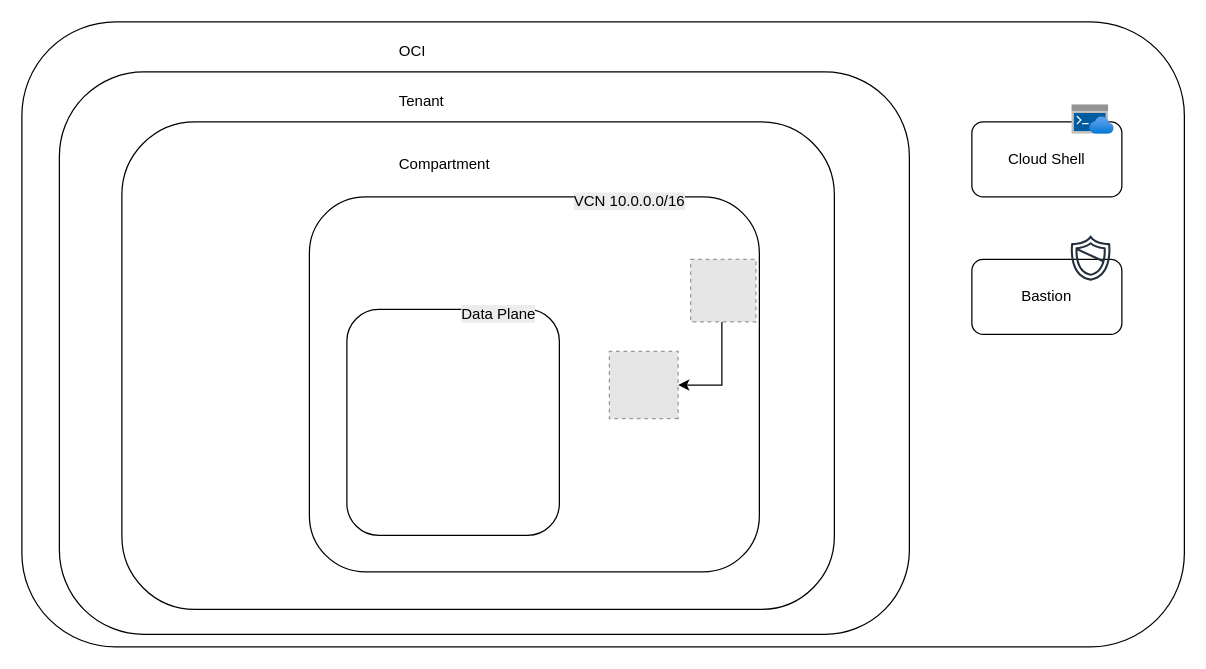
The draw.io diagram OCI-DNS-LB-OKE-Pod-Logs.drawio in vkolyvas/Cheat-Sheet-for-Solutions-Architects-OCI-1Z0-1072-25, before the edit. Source tidied: cells renumbered, new cells numbered last; positions are measured from the earlier drawing's top-left corner, leaving out a move shared by most shapes. Both pictures are drawn from the tidied source at 125%, with x=0, y=0 at pixel (21, 21). Pictures stored in the file or linked from it are replaced by grey dashed boxes.
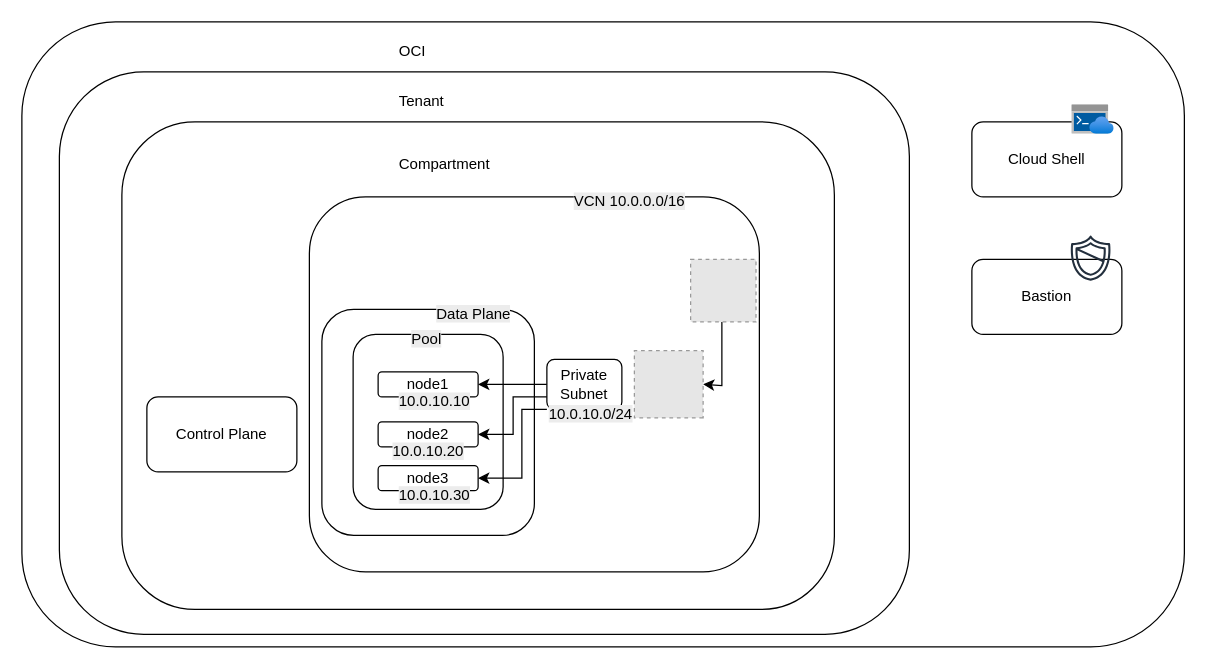
The same page after the edit.

The edit, as a diff of the source:
```diff
@@
     <mxCell id="14" style="group;" parent="1" vertex="1">
-      <mxGeometry x="260" y="220" width="180" height="190.8" as="geometry" />
+      <mxGeometry x="240" y="220" width="180" height="190.8" as="geometry" />
     </mxCell>
@@
+    <mxCell id="20" style="rounded=1;whiteSpace=wrap;html=1;" parent="14" vertex="1">
+      <mxGeometry x="25" y="30" width="120" height="140" as="geometry" />
+    </mxCell>
+    <mxCell id="21" value="&lt;span style=&quot;color: rgb(0, 0, 0); font-family: Helvetica; font-size: 12px; font-style: normal; font-variant-ligatures: normal; font-variant-caps: normal; font-weight: 400; letter-spacing: normal; orphans: 2; text-align: center; text-indent: 0px; text-transform: none; widows: 2; word-spacing: 0px; -webkit-text-stroke-width: 0px; white-space: normal; background-color: rgb(236, 236, 236); text-decoration-thickness: initial; text-decoration-style: initial; text-decoration-color: initial; float: none; display: inline !important;&quot;&gt;Pool&lt;/span&gt;" style="text;whiteSpace=wrap;html=1;" parent="14" vertex="1">
+      <mxGeometry x="70" y="20" width="90" height="40" as="geometry" />
+    </mxCell>
+    <mxCell id="22" value="node1" style="rounded=1;whiteSpace=wrap;html=1;" parent="14" vertex="1">
+      <mxGeometry x="45" y="60" width="80" height="20" as="geometry" />
+    </mxCell>
+    <mxCell id="23" value="node2" style="rounded=1;whiteSpace=wrap;html=1;" parent="14" vertex="1">
+      <mxGeometry x="45" y="100" width="80" height="20" as="geometry" />
+    </mxCell>
+    <mxCell id="24" value="node3" style="rounded=1;whiteSpace=wrap;html=1;" parent="14" vertex="1">
+      <mxGeometry x="45" y="135" width="80" height="20" as="geometry" />
+    </mxCell>
+    <mxCell id="25" value="&lt;span style=&quot;color: rgb(0, 0, 0); font-family: Helvetica; font-size: 12px; font-style: normal; font-variant-ligatures: normal; font-variant-caps: normal; font-weight: 400; letter-spacing: normal; orphans: 2; text-align: center; text-indent: 0px; text-transform: none; widows: 2; word-spacing: 0px; -webkit-text-stroke-width: 0px; white-space: normal; background-color: rgb(236, 236, 236); text-decoration-thickness: initial; text-decoration-style: initial; text-decoration-color: initial; float: none; display: inline !important;&quot;&gt;10.0.10.10&lt;/span&gt;" style="text;whiteSpace=wrap;html=1;" parent="14" vertex="1">
+      <mxGeometry x="60" y="70" width="60" height="20" as="geometry" />
+    </mxCell>
+    <mxCell id="26" value="&lt;span style=&quot;color: rgb(0, 0, 0); font-family: Helvetica; font-size: 12px; font-style: normal; font-variant-ligatures: normal; font-variant-caps: normal; font-weight: 400; letter-spacing: normal; orphans: 2; text-align: center; text-indent: 0px; text-transform: none; widows: 2; word-spacing: 0px; -webkit-text-stroke-width: 0px; white-space: normal; background-color: rgb(236, 236, 236); text-decoration-thickness: initial; text-decoration-style: initial; text-decoration-color: initial; float: none; display: inline !important;&quot;&gt;10.0.10.20&lt;/span&gt;" style="text;whiteSpace=wrap;html=1;" parent="14" vertex="1">
+      <mxGeometry x="55" y="110" width="60" height="20" as="geometry" />
+    </mxCell>
+    <mxCell id="27" value="&lt;span style=&quot;color: rgb(0, 0, 0); font-family: Helvetica; font-size: 12px; font-style: normal; font-variant-ligatures: normal; font-variant-caps: normal; font-weight: 400; letter-spacing: normal; orphans: 2; text-align: center; text-indent: 0px; text-transform: none; widows: 2; word-spacing: 0px; -webkit-text-stroke-width: 0px; white-space: normal; background-color: rgb(236, 236, 236); text-decoration-thickness: initial; text-decoration-style: initial; text-decoration-color: initial; float: none; display: inline !important;&quot;&gt;10.0.10.30&lt;/span&gt;" style="text;whiteSpace=wrap;html=1;" parent="14" vertex="1">
+      <mxGeometry x="60" y="145" width="60" height="20" as="geometry" />
+    </mxCell>
     <mxCell id="17" style="fillColor=#E6E6E6;strokeColor=#999999;dashed=1;verticalLabelPosition=bottom;labelBackgroundColor=default;verticalAlign=top;rotation=-180;" parent="1" vertex="1">
-      <mxGeometry x="470" y="263.7" width="55" height="53.7" as="geometry" />
+      <mxGeometry x="490" y="263.1" width="55" height="53.7" as="geometry" />
     </mxCell>
@@
+    <mxCell id="28" style="edgeStyle=orthogonalEdgeStyle;rounded=0;jettySize=auto;html=1;entryX=1;entryY=0.5;entryDx=0;entryDy=0;" parent="1" edge="1" source="29" target="22">
+      <mxGeometry relative="1" as="geometry" />
+    </mxCell>
+    <mxCell id="29" value="Private Subnet" style="rounded=1;whiteSpace=wrap;html=1;" parent="1" vertex="1">
+      <mxGeometry x="420" y="270" width="60" height="40" as="geometry" />
+    </mxCell>
+    <mxCell id="30" style="edgeStyle=orthogonalEdgeStyle;rounded=0;jettySize=auto;html=1;exitX=0;exitY=0;exitDx=0;exitDy=0;entryX=1;entryY=0.5;entryDx=0;entryDy=0;" parent="1" edge="1" source="32" target="23">
+      <mxGeometry relative="1" as="geometry">
+        <Array as="points">
+          <mxPoint x="393" y="300" />
+          <mxPoint x="393" y="330" />
+        </Array>
+      </mxGeometry>
+    </mxCell>
+    <mxCell id="31" style="edgeStyle=orthogonalEdgeStyle;rounded=0;jettySize=auto;html=1;exitX=0;exitY=0.25;exitDx=0;exitDy=0;entryX=1;entryY=0.5;entryDx=0;entryDy=0;" parent="1" edge="1" source="32" target="24">
+      <mxGeometry relative="1" as="geometry">
+        <Array as="points">
+          <mxPoint x="400" y="310" />
+          <mxPoint x="400" y="365" />
+        </Array>
+      </mxGeometry>
+    </mxCell>
+    <mxCell id="32" value="&lt;span style=&quot;color: rgb(0, 0, 0); font-family: Helvetica; font-size: 12px; font-style: normal; font-variant-ligatures: normal; font-variant-caps: normal; font-weight: 400; letter-spacing: normal; orphans: 2; text-align: center; text-indent: 0px; text-transform: none; widows: 2; word-spacing: 0px; -webkit-text-stroke-width: 0px; white-space: normal; background-color: rgb(236, 236, 236); text-decoration-thickness: initial; text-decoration-style: initial; text-decoration-color: initial; float: none; display: inline !important;&quot;&gt;10.0.10.0/24&lt;/span&gt;" style="text;whiteSpace=wrap;html=1;" parent="1" vertex="1">
+      <mxGeometry x="420" y="300" width="90" height="40" as="geometry" />
+    </mxCell>
+    <mxCell id="33" value="Control Plane" style="rounded=1;whiteSpace=wrap;html=1;" parent="1" vertex="1">
+      <mxGeometry x="100" y="300" width="120" height="60" as="geometry" />
+    </mxCell>
```
